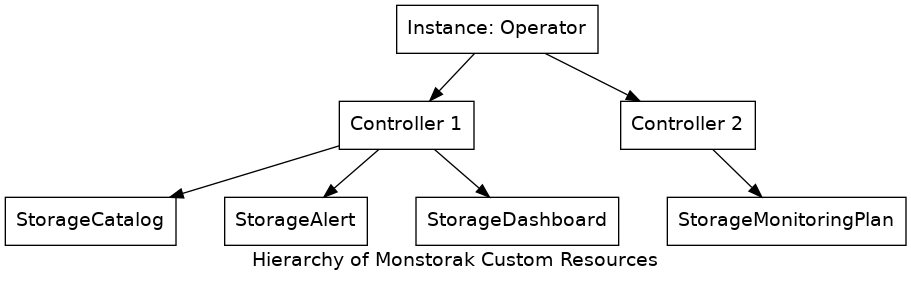
Above: docs/Developers/Design/crd_hierarchy.dot.png in monstorak/monstorak-operator (Graphviz), before the change. Its source is kept beside it as docs/Developers/Design/crd_hierarchy.dot. Its diagram source:
```dot

digraph {
  label="Hierarchy of Monstorak Custom Resources"
  fontname="helvetica"
  nodesep=0.5

  node [
    shape=rect
    fontname="helvetica"
  ]

  edge [
    dir=forward
    fontname="helvetica"
  ]

  o1 [label="Instance: Operator"]
  c11 [label="Controller 1"]
  c12 [label="Controller 2"]

  o1->c11, c12

  cr1 [label="StorageCatalog"]
  cr2 [label="StorageAlert"]
  cr3 [label="StorageDashboard"]
  cr4 [label="StorageMonitoringPlan"]

  c11->cr1, cr2, cr3
  c12->cr4
}
```
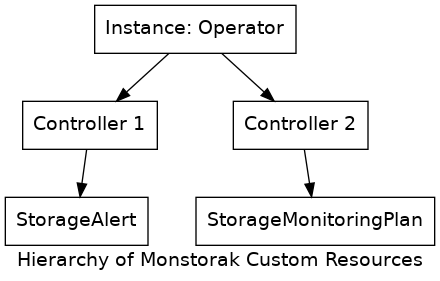
The same diagram one commit later.

What changed in the source:
```diff
@@ -20,11 +20,9 @@
 
   o1->c11, c12
 
-  cr1 [label="StorageCatalog"]
-  cr2 [label="StorageAlert"]
-  cr3 [label="StorageDashboard"]
-  cr4 [label="StorageMonitoringPlan"]
+  cr1 [label="StorageAlert"]
+  cr2 [label="StorageMonitoringPlan"]
 
-  c11->cr1, cr2, cr3
-  c12->cr4
+  c11->cr1
+  c12->cr2
 }
```
